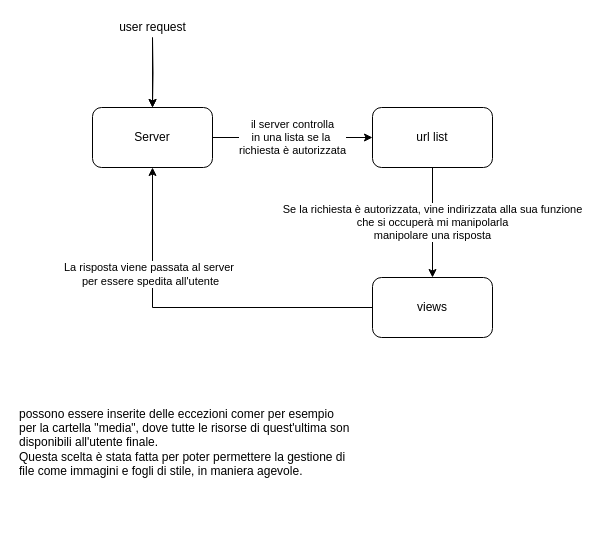
Above: src/server/media/reti.drawio in Ro0t-set/Progetto-Reti-2021 (draw.io), before the change. Source tidied: cells renumbered, new cells numbered last; positions are measured from the earlier drawing's top-left corner, leaving out a move shared by most shapes. Both pictures are drawn from the tidied source at 100%, with x=0, y=0 at pixel (17, 17).
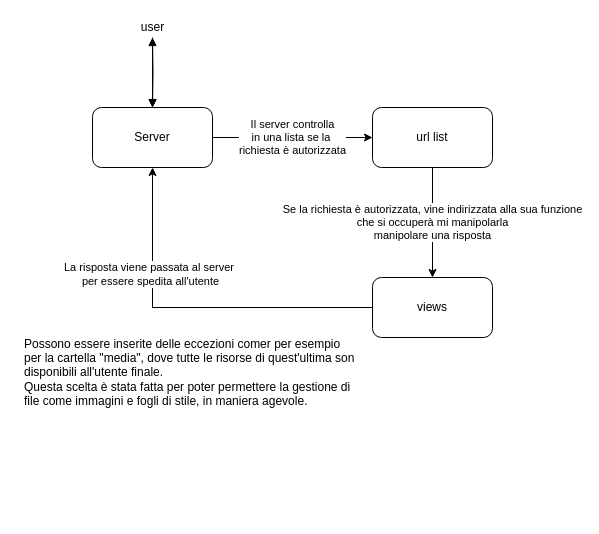
The same diagram, later.

What changed in the source:
```diff
@@
 <mxGraphModel>
   <root>
     <mxCell id="0" />
     <mxCell id="1" parent="0" />
     <mxCell id="2" style="edgeStyle=orthogonalEdgeStyle;rounded=0;jettySize=auto;html=1;" parent="1" edge="1" target="4">
       <mxGeometry relative="1" as="geometry">
         <mxPoint x="135" y="20" as="sourcePoint" />
       </mxGeometry>
     </mxCell>
-    <mxCell id="3" value="il server controlla&lt;br&gt;in una lista se la&amp;nbsp;&lt;br&gt;richiesta è autorizzata" style="edgeStyle=orthogonalEdgeStyle;rounded=0;jettySize=auto;html=1;" parent="1" edge="1" source="4" target="6">
+    <mxCell id="3" value="Il server controlla&lt;br&gt;in una lista se la&amp;nbsp;&lt;br&gt;richiesta è autorizzata" style="edgeStyle=orthogonalEdgeStyle;rounded=0;jettySize=auto;html=1;" parent="1" edge="1" source="4" target="6">
       <mxGeometry relative="1" as="geometry" />
     </mxCell>
     <mxCell id="4" value="Server" style="rounded=1;whiteSpace=wrap;html=1;" parent="1" vertex="1">
       <mxGeometry x="75" y="90" width="120" height="60" as="geometry" />
     </mxCell>
     <mxCell id="5" value="Se la richiesta è autorizzata, vine indirizzata alla sua funzione&lt;br&gt;che si occuperà mi manipolarla&lt;br&gt;manipolare una risposta" style="edgeStyle=orthogonalEdgeStyle;rounded=0;jettySize=auto;html=1;entryX=0.5;entryY=0;entryDx=0;entryDy=0;" parent="1" edge="1" source="6" target="9">
       <mxGeometry relative="1" as="geometry" />
     </mxCell>
     <mxCell id="6" value="url list" style="rounded=1;whiteSpace=wrap;html=1;" parent="1" vertex="1">
       <mxGeometry x="355" y="90" width="120" height="60" as="geometry" />
     </mxCell>
     <mxCell id="7" style="edgeStyle=orthogonalEdgeStyle;rounded=0;jettySize=auto;html=1;entryX=0.5;entryY=1;entryDx=0;entryDy=0;" parent="1" edge="1" source="9" target="4">
       <mxGeometry relative="1" as="geometry" />
     </mxCell>
     <mxCell id="8" value="La risposta viene passata al server&amp;nbsp;&lt;br&gt;per essere spedita all'utente" style="edgeLabel;html=1;align=center;verticalAlign=middle;" parent="7" vertex="1">
       <mxGeometry x="0.41" y="3" relative="1" as="geometry" />
     </mxCell>
     <mxCell id="9" value="views" style="rounded=1;whiteSpace=wrap;html=1;" parent="1" vertex="1">
       <mxGeometry x="355" y="260" width="120" height="60" as="geometry" />
     </mxCell>
-    <mxCell id="10" style="edgeStyle=orthogonalEdgeStyle;rounded=0;jettySize=auto;html=1;" parent="1" edge="1" source="11" target="4">
+    <mxCell id="10" style="edgeStyle=orthogonalEdgeStyle;rounded=0;jettySize=auto;html=1;startArrow=block;startFill=1;endArrow=block;endFill=1;" parent="1" edge="1" source="11" target="4">
       <mxGeometry relative="1" as="geometry" />
     </mxCell>
-    <mxCell id="11" value="user request" style="text;html=1;align=center;verticalAlign=middle;points=[];strokeColor=none;" parent="1" vertex="1">
-      <mxGeometry x="95" width="80" height="20" as="geometry" />
+    <mxCell id="11" value="user" style="text;html=1;align=center;verticalAlign=middle;points=[];strokeColor=none;" parent="1" vertex="1">
+      <mxGeometry x="115" width="40" height="20" as="geometry" />
     </mxCell>
-    <mxCell id="12" value="possono essere inserite delle eccezioni comer per esempio per la cartella &quot;media&quot;, dove tutte le risorse di quest'ultima son disponibili all'utente finale.&lt;br&gt;&lt;div&gt;Questa scelta è stata fatta per poter permettere la gestione di file come immagini e fogli di stile, in maniera agevole.&lt;/div&gt;" style="text;html=1;strokeColor=none;fillColor=none;align=left;verticalAlign=middle;whiteSpace=wrap;rounded=0;" parent="1" vertex="1">
-      <mxGeometry y="350" width="335" height="150" as="geometry" />
+    <mxCell id="12" value="Possono essere inserite delle eccezioni comer per esempio per la cartella &quot;media&quot;, dove tutte le risorse di quest'ultima son disponibili all'utente finale.&lt;br&gt;&lt;div&gt;Questa scelta è stata fatta per poter permettere la gestione di file come immagini e fogli di stile, in maniera agevole.&lt;/div&gt;" style="text;html=1;strokeColor=none;fillColor=none;align=left;verticalAlign=middle;whiteSpace=wrap;rounded=0;" parent="1" vertex="1">
+      <mxGeometry x="5" y="280" width="335" height="150" as="geometry" />
     </mxCell>
   </root>
 </mxGraphModel>
```
